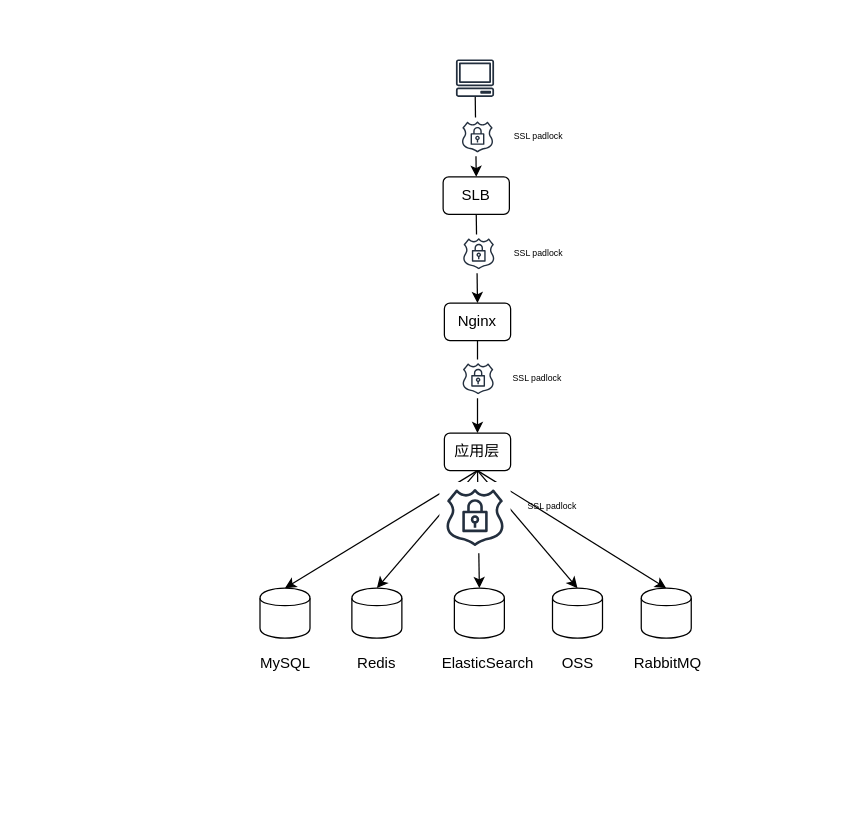
Earlier version of the draw.io diagram Untitled Diagram.drawio (liuxudong-yonyou/learngit). Source tidied: cells renumbered, new cells numbered last; positions are measured from the earlier drawing's top-left corner, leaving out a move shared by most shapes. Both pictures are drawn from the tidied source at 125%, with x=0, y=0 at pixel (259, 59). Pictures stored in the file or linked from it are replaced by grey dashed boxes.
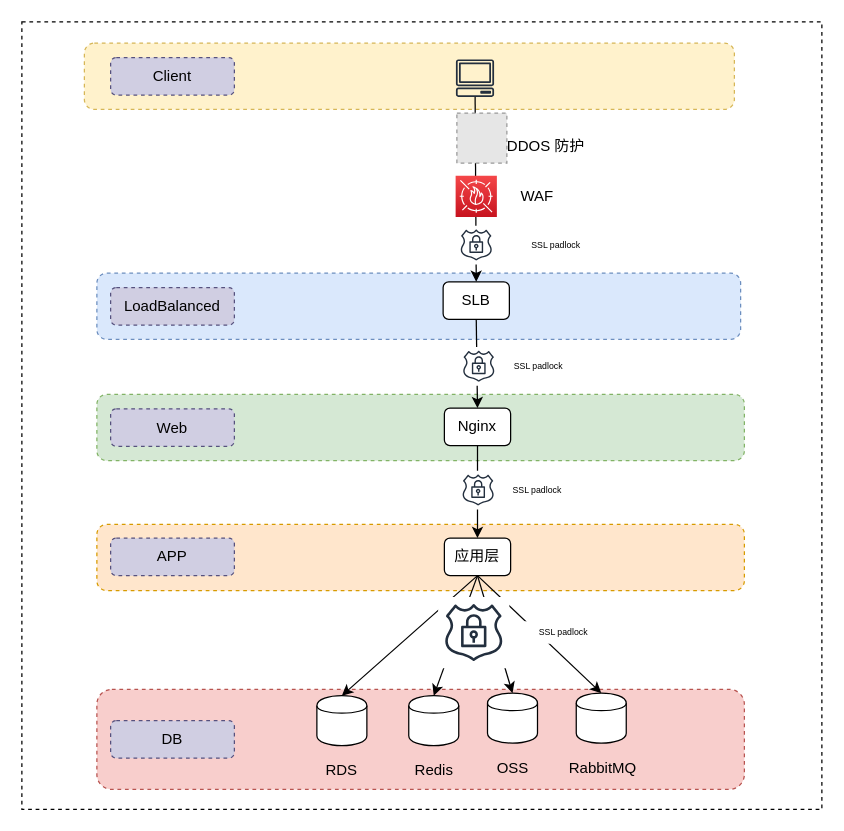
The same page after the edit.

Change to the diagram source:
```diff
@@
+    <mxCell id="32" style="rounded=0;whiteSpace=wrap;html=1;dashed=1;" parent="1" vertex="1">
+      <mxGeometry x="-190" y="-30" width="640" height="630" as="geometry" />
+    </mxCell>
+    <mxCell id="33" style="rounded=1;whiteSpace=wrap;html=1;dashed=1;fillColor=#fff2cc;strokeColor=#d6b656;" parent="1" vertex="1">
+      <mxGeometry x="-140" y="-13" width="520" height="53" as="geometry" />
+    </mxCell>
+    <mxCell id="34" style="rounded=1;whiteSpace=wrap;html=1;dashed=1;fillColor=#dae8fc;strokeColor=#6c8ebf;" parent="1" vertex="1">
+      <mxGeometry x="-130" y="171" width="515" height="53" as="geometry" />
+    </mxCell>
+    <mxCell id="35" style="rounded=1;whiteSpace=wrap;html=1;dashed=1;fillColor=#d5e8d4;strokeColor=#82b366;" parent="1" vertex="1">
+      <mxGeometry x="-130" y="268" width="518" height="53" as="geometry" />
+    </mxCell>
+    <mxCell id="36" style="rounded=1;whiteSpace=wrap;html=1;dashed=1;fillColor=#ffe6cc;strokeColor=#d79b00;" parent="1" vertex="1">
+      <mxGeometry x="-130" y="372" width="518" height="53" as="geometry" />
+    </mxCell>
+    <mxCell id="37" style="rounded=1;whiteSpace=wrap;html=1;dashed=1;fillColor=#f8cecc;strokeColor=#b85450;" parent="1" vertex="1">
+      <mxGeometry x="-130" y="504" width="518" height="80" as="geometry" />
+    </mxCell>
@@
     <mxCell id="3" value="SLB" style="rounded=1;whiteSpace=wrap;html=1;" parent="1" vertex="1">
-      <mxGeometry x="147" y="94" width="53" height="30" as="geometry" />
+      <mxGeometry x="147" y="178" width="53" height="30" as="geometry" />
     </mxCell>
     <mxCell id="4" value="Nginx" style="rounded=1;whiteSpace=wrap;html=1;" parent="1" vertex="1">
-      <mxGeometry x="148" y="195" width="53" height="30" as="geometry" />
+      <mxGeometry x="148" y="279" width="53" height="30" as="geometry" />
     </mxCell>
@@
     <mxCell id="6" value="应用层" style="rounded=1;whiteSpace=wrap;html=1;" parent="1" vertex="1">
-      <mxGeometry x="148" y="299" width="53" height="30" as="geometry" />
+      <mxGeometry x="148" y="383" width="53" height="30" as="geometry" />
     </mxCell>
     <mxCell id="7" style="shape=cylinder;whiteSpace=wrap;html=1;boundedLbl=1;backgroundOutline=1;" parent="1" vertex="1">
-      <mxGeometry x="0.5" y="423" width="40" height="40" as="geometry" />
+      <mxGeometry x="46" y="509" width="40" height="40" as="geometry" />
     </mxCell>
-    <mxCell id="8" value="MySQL" style="text;html=1;strokeColor=none;fillColor=none;align=center;verticalAlign=middle;whiteSpace=wrap;rounded=0;" parent="1" vertex="1">
-      <mxGeometry x="0.5" y="473" width="40" height="20" as="geometry" />
+    <mxCell id="8" value="RDS" style="text;html=1;strokeColor=none;fillColor=none;align=center;verticalAlign=middle;whiteSpace=wrap;rounded=0;" parent="1" vertex="1">
+      <mxGeometry x="46" y="559" width="40" height="20" as="geometry" />
     </mxCell>
     <mxCell id="9" style="shape=cylinder;whiteSpace=wrap;html=1;boundedLbl=1;backgroundOutline=1;" parent="1" vertex="1">
-      <mxGeometry x="74" y="423" width="40" height="40" as="geometry" />
+      <mxGeometry x="119.5" y="509" width="40" height="40" as="geometry" />
     </mxCell>
     <mxCell id="10" value="Redis" style="text;html=1;strokeColor=none;fillColor=none;align=center;verticalAlign=middle;whiteSpace=wrap;rounded=0;" parent="1" vertex="1">
-      <mxGeometry x="74" y="473" width="40" height="20" as="geometry" />
+      <mxGeometry x="119.5" y="559" width="40" height="20" as="geometry" />
     </mxCell>
-    <mxCell id="11" style="shape=cylinder;whiteSpace=wrap;html=1;boundedLbl=1;backgroundOutline=1;" parent="1" vertex="1">
-      <mxGeometry x="156" y="423" width="40" height="40" as="geometry" />
-    </mxCell>
-    <mxCell id="12" value="ElasticSearch" style="text;html=1;strokeColor=none;fillColor=none;align=center;verticalAlign=middle;whiteSpace=wrap;rounded=0;" parent="1" vertex="1">
-      <mxGeometry x="162.5" y="473" width="40" height="20" as="geometry" />
-    </mxCell>
     <mxCell id="13" style="shape=cylinder;whiteSpace=wrap;html=1;boundedLbl=1;backgroundOutline=1;" parent="1" vertex="1">
-      <mxGeometry x="234.5" y="423" width="40" height="40" as="geometry" />
+      <mxGeometry x="182.5" y="507" width="40" height="40" as="geometry" />
     </mxCell>
     <mxCell id="14" value="OSS" style="text;html=1;strokeColor=none;fillColor=none;align=center;verticalAlign=middle;whiteSpace=wrap;rounded=0;" parent="1" vertex="1">
-      <mxGeometry x="234.5" y="473" width="40" height="20" as="geometry" />
+      <mxGeometry x="182.5" y="557" width="40" height="20" as="geometry" />
     </mxCell>
@@
-    <mxCell id="18" style="endArrow=classic;html=1;entryX=0.5;entryY=0;entryDx=0;entryDy=0;exitX=0.5;exitY=1;exitDx=0;exitDy=0;" parent="1" edge="1" source="6" target="11">
-      <mxGeometry relative="1" as="geometry" />
-    </mxCell>
@@
     <mxCell id="20" style="shape=cylinder;whiteSpace=wrap;html=1;boundedLbl=1;backgroundOutline=1;" parent="1" vertex="1">
-      <mxGeometry x="305.5" y="423" width="40" height="40" as="geometry" />
+      <mxGeometry x="253.5" y="507" width="40" height="40" as="geometry" />
     </mxCell>
     <mxCell id="21" value="RabbitMQ" style="text;html=1;strokeColor=none;fillColor=none;align=center;verticalAlign=middle;whiteSpace=wrap;rounded=0;" parent="1" vertex="1">
-      <mxGeometry x="306.5" y="473" width="40" height="20" as="geometry" />
+      <mxGeometry x="254.5" y="557" width="40" height="20" as="geometry" />
     </mxCell>
@@
     <mxCell id="24" style="fontColor=#232F3E;gradientColor=none;strokeColor=#232F3E;fillColor=#ffffff;dashed=0;verticalLabelPosition=bottom;verticalAlign=top;align=center;html=1;fontSize=7;fontStyle=0;shape=mxgraph.aws4.resourceIcon;resIcon=mxgraph.aws4.ssl_padlock;" parent="1" vertex="1">
-      <mxGeometry x="159" y="46.5" width="31" height="31" as="geometry" />
+      <mxGeometry x="158" y="133" width="31" height="31" as="geometry" />
     </mxCell>
     <mxCell id="25" style="fontColor=#232F3E;gradientColor=none;strokeColor=#232F3E;fillColor=#ffffff;dashed=0;verticalLabelPosition=bottom;verticalAlign=top;align=center;html=1;fontSize=7;fontStyle=0;shape=mxgraph.aws4.resourceIcon;resIcon=mxgraph.aws4.ssl_padlock;" parent="1" vertex="1">
-      <mxGeometry x="160" y="140" width="31" height="31" as="geometry" />
+      <mxGeometry x="160" y="230" width="31" height="31" as="geometry" />
     </mxCell>
     <mxCell id="26" style="fontColor=#232F3E;gradientColor=none;strokeColor=#232F3E;fillColor=#ffffff;dashed=0;verticalLabelPosition=bottom;verticalAlign=top;align=center;html=1;fontSize=7;fontStyle=0;shape=mxgraph.aws4.resourceIcon;resIcon=mxgraph.aws4.ssl_padlock;" parent="1" vertex="1">
-      <mxGeometry x="159.5" y="240" width="31" height="31" as="geometry" />
+      <mxGeometry x="159.5" y="329" width="31" height="31" as="geometry" />
     </mxCell>
     <mxCell id="27" style="fontColor=#232F3E;gradientColor=none;strokeColor=#232F3E;fillColor=#ffffff;dashed=0;verticalLabelPosition=bottom;verticalAlign=top;align=center;html=1;fontSize=7;fontStyle=0;shape=mxgraph.aws4.resourceIcon;resIcon=mxgraph.aws4.ssl_padlock;" parent="1" vertex="1">
-      <mxGeometry x="144" y="338" width="57" height="57" as="geometry" />
+      <mxGeometry x="143" y="430" width="57" height="57" as="geometry" />
     </mxCell>
     <mxCell id="28" value="SSL padlock&lt;br&gt;" style="text;html=1;strokeColor=none;fillColor=none;align=center;verticalAlign=middle;whiteSpace=wrap;rounded=0;fontSize=7;" parent="1" vertex="1">
-      <mxGeometry x="176" y="53" width="95" height="18" as="geometry" />
+      <mxGeometry x="187" y="139.5" width="101" height="18" as="geometry" />
     </mxCell>
     <mxCell id="29" value="SSL padlock&lt;br&gt;" style="text;html=1;strokeColor=none;fillColor=none;align=center;verticalAlign=middle;whiteSpace=wrap;rounded=0;fontSize=7;" parent="1" vertex="1">
-      <mxGeometry x="176" y="146.5" width="95" height="18" as="geometry" />
+      <mxGeometry x="176" y="236.5" width="95" height="18" as="geometry" />
     </mxCell>
     <mxCell id="30" value="SSL padlock&lt;br&gt;" style="text;html=1;strokeColor=none;fillColor=none;align=center;verticalAlign=middle;whiteSpace=wrap;rounded=0;fontSize=7;" parent="1" vertex="1">
-      <mxGeometry x="174.5" y="246.5" width="95" height="18" as="geometry" />
+      <mxGeometry x="174.5" y="335.5" width="95" height="18" as="geometry" />
     </mxCell>
-    <mxCell id="31" value="SSL padlock&lt;br&gt;" style="text;html=1;strokeColor=none;fillColor=none;align=center;verticalAlign=middle;whiteSpace=wrap;rounded=0;fontSize=7;" parent="1" vertex="1">
-      <mxGeometry x="187" y="348.5" width="95" height="18" as="geometry" />
+    <mxCell id="31" value="SSL padlock&lt;br&gt;" style="text;html=1;align=center;verticalAlign=middle;whiteSpace=wrap;rounded=0;fontSize=7;fillColor=#ffffff;" parent="1" vertex="1">
+      <mxGeometry x="196" y="449.5" width="95" height="18" as="geometry" />
     </mxCell>
+    <mxCell id="38" style="fillColor=#E6E6E6;strokeColor=#999999;dashed=1;html=1;verticalAlign=top;verticalLabelPosition=bottom;labelBackgroundColor=#ffffff;" parent="1" vertex="1">
+      <mxGeometry x="158" y="43" width="40" height="40" as="geometry" />
+    </mxCell>
+    <mxCell id="39" style="fontColor=#232F3E;gradientColor=#F54749;gradientDirection=north;fillColor=#C7131F;strokeColor=#ffffff;dashed=0;verticalLabelPosition=bottom;verticalAlign=top;align=center;html=1;fontSize=12;fontStyle=0;shape=mxgraph.aws4.resourceIcon;resIcon=mxgraph.aws4.waf;" parent="1" vertex="1">
+      <mxGeometry x="157" y="93" width="33" height="33" as="geometry" />
+    </mxCell>
+    <mxCell id="40" value="DDOS 防护" style="text;html=1;strokeColor=none;fillColor=none;align=center;verticalAlign=middle;whiteSpace=wrap;rounded=0;dashed=1;" parent="1" vertex="1">
+      <mxGeometry x="190" y="60" width="79" height="20" as="geometry" />
+    </mxCell>
+    <mxCell id="41" value="WAF" style="text;html=1;strokeColor=none;fillColor=none;align=center;verticalAlign=middle;whiteSpace=wrap;rounded=0;dashed=1;" parent="1" vertex="1">
+      <mxGeometry x="182.5" y="100" width="79" height="20" as="geometry" />
+    </mxCell>
+    <mxCell id="42" value="Client" style="rounded=1;whiteSpace=wrap;html=1;dashed=1;fillColor=#d0cee2;strokeColor=#56517e;" parent="1" vertex="1">
+      <mxGeometry x="-119" y="-1.5" width="99" height="30" as="geometry" />
+    </mxCell>
+    <mxCell id="43" value="LoadBalanced" style="rounded=1;whiteSpace=wrap;html=1;dashed=1;fillColor=#d0cee2;strokeColor=#56517e;" parent="1" vertex="1">
+      <mxGeometry x="-119" y="182.5" width="99" height="30" as="geometry" />
+    </mxCell>
+    <mxCell id="44" value="Web" style="rounded=1;whiteSpace=wrap;html=1;dashed=1;fillColor=#d0cee2;strokeColor=#56517e;" parent="1" vertex="1">
+      <mxGeometry x="-119" y="279.5" width="99" height="30" as="geometry" />
+    </mxCell>
+    <mxCell id="45" value="APP" style="rounded=1;whiteSpace=wrap;html=1;dashed=1;fillColor=#d0cee2;strokeColor=#56517e;" parent="1" vertex="1">
+      <mxGeometry x="-119" y="383" width="99" height="30" as="geometry" />
+    </mxCell>
+    <mxCell id="46" value="DB" style="rounded=1;whiteSpace=wrap;html=1;dashed=1;fillColor=#d0cee2;strokeColor=#56517e;" parent="1" vertex="1">
+      <mxGeometry x="-119" y="529" width="99" height="30" as="geometry" />
+    </mxCell>
```
